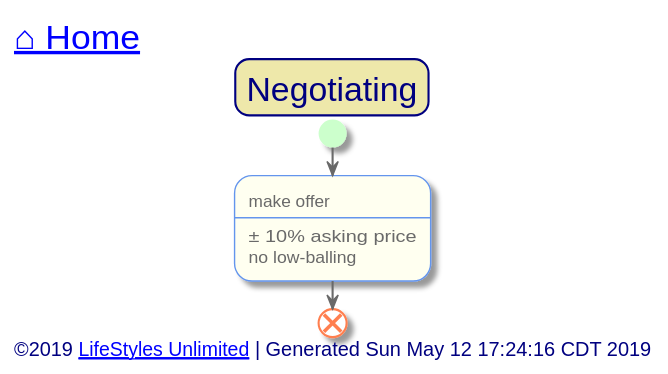
The PlantUML diagram out/src/multi-family/negotiating.svg in toddmo/lifestylesunlimited, before a commit.
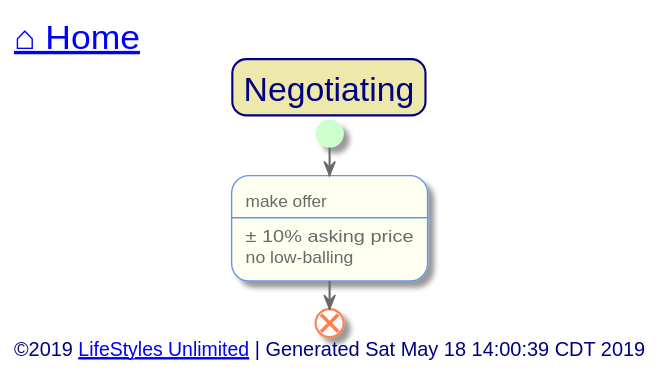
After the change.

What changed in the source:
```diff
@@ -90,7 +90,7 @@
 
 
 left footer
-	<font size=14>©2019 [[http://www.lifestylesunlimited.com LifeStyles Unlimited]] | Generated Sun May 12 17:24:16 CDT 2019</font>
+	<font size=14>©2019 [[http://www.lifestylesunlimited.com LifeStyles Unlimited]] | Generated Sat May 18 14:00:39 CDT 2019</font>
 endfooter
 
 
```
